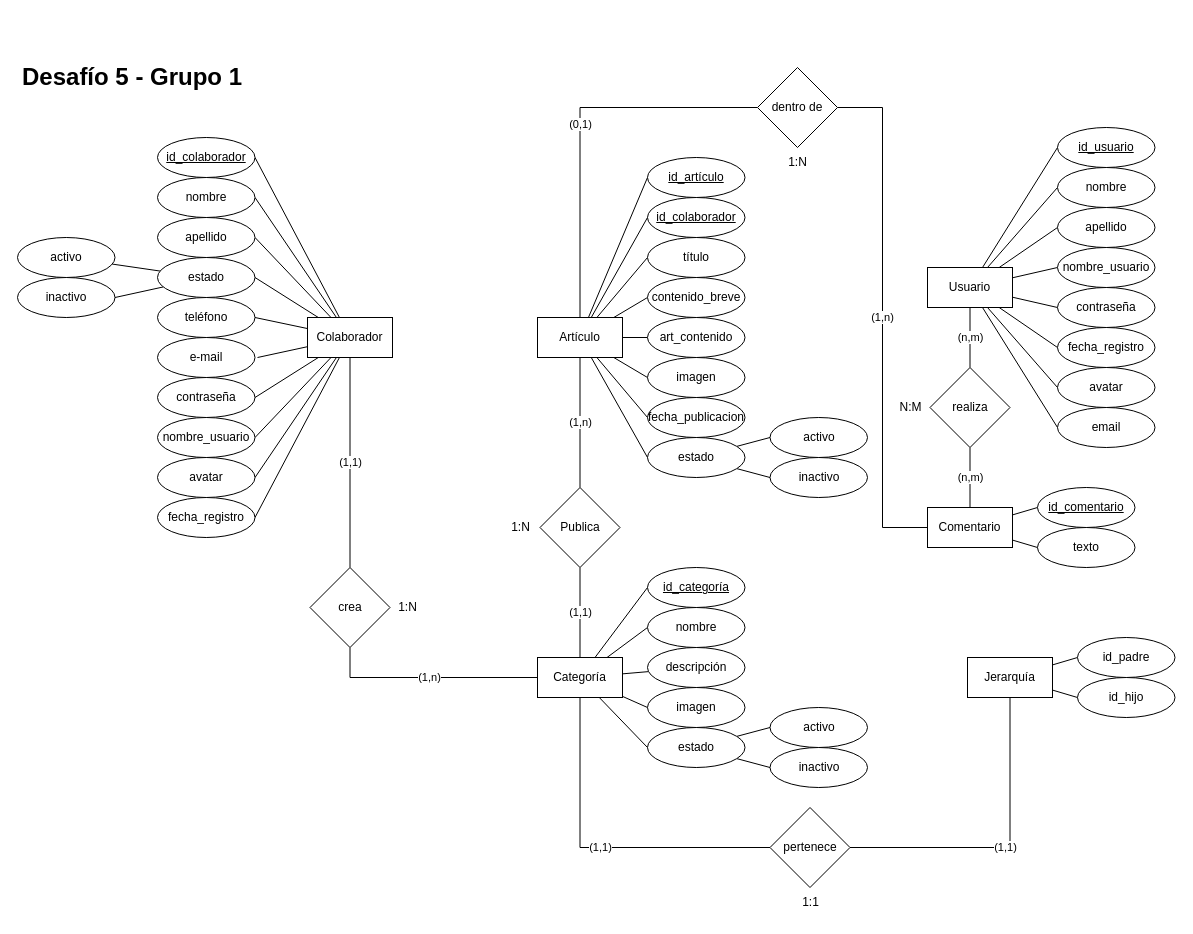
Before: Desafío 5 - Grupo 1.drawio in Marklett/Grupo-1-Desafios---Info23, a draw.io diagram. Source tidied: cells renumbered, new cells numbered last; positions are measured from the earlier drawing's top-left corner, leaving out a move shared by most shapes. Both pictures are drawn from the tidied source at 100%, with x=0, y=0 at pixel (17, 57).
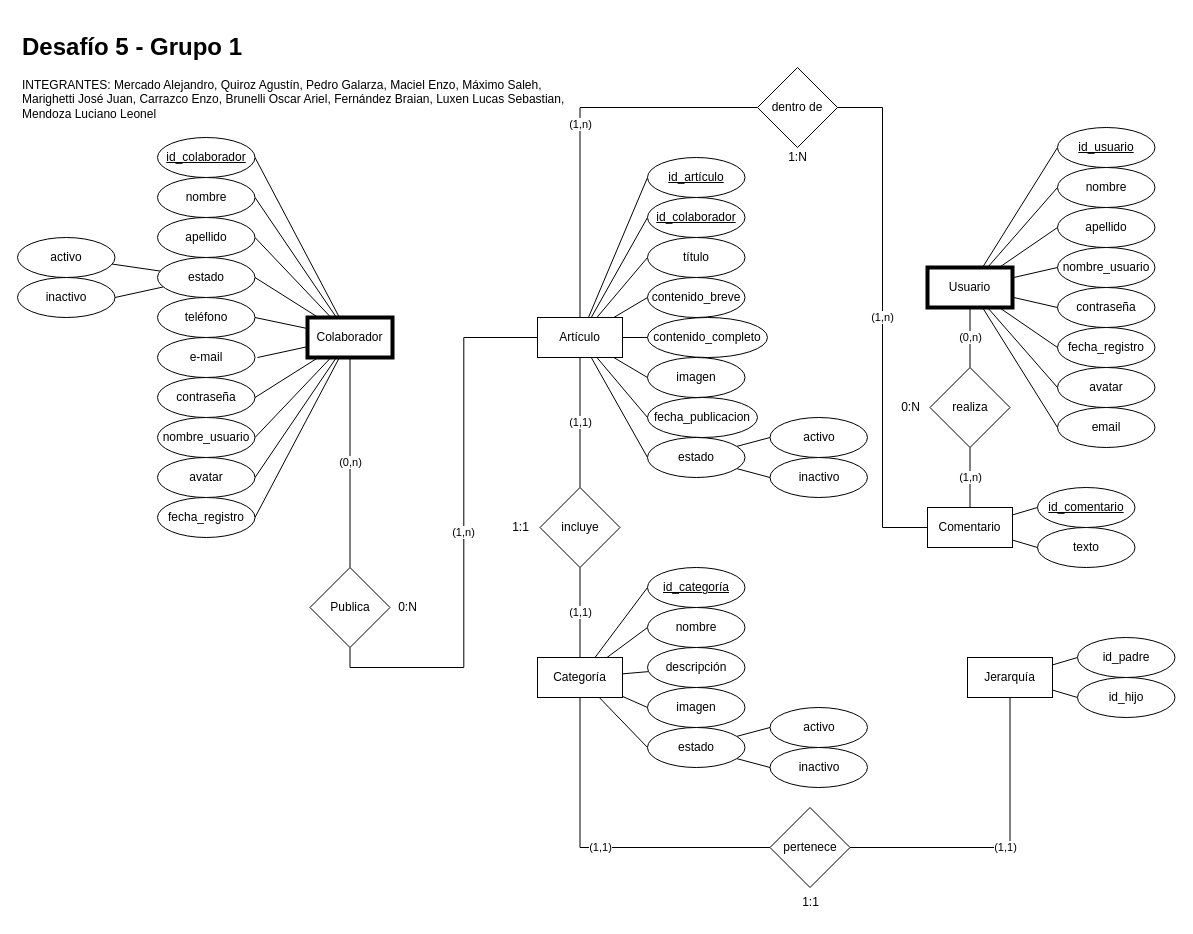
Above is the later version.

Unchanged cells that the change refers to:
```xml
<mxCell id="23" value="Artículo" style="rounded=0;whiteSpace=wrap;html=1;" parent="1" vertex="1">
  <mxGeometry x="520" y="260" width="85" height="40" as="geometry" />
</mxCell>
<mxCell id="31" value="Categoría" style="rounded=0;whiteSpace=wrap;html=1;" parent="1" vertex="1">
  <mxGeometry x="520" y="600" width="85" height="40" as="geometry" />
</mxCell>
<mxCell id="48" value="Comentario" style="rounded=0;whiteSpace=wrap;html=1;" parent="1" vertex="1">
  <mxGeometry x="910" y="450" width="85" height="40" as="geometry" />
</mxCell>
<mxCell id="93" value="realiza" style="rhombus;whiteSpace=wrap;html=1;rounded=0;" parent="1" vertex="1">
  <mxGeometry x="912.5" y="310" width="80" height="80" as="geometry" />
</mxCell>
<mxCell id="99" value="dentro de" style="rhombus;whiteSpace=wrap;html=1;" parent="1" vertex="1">
  <mxGeometry x="740" y="10" width="80" height="80" as="geometry" />
</mxCell>
```

Change to the diagram source:
```diff
@@
-    <mxCell id="2" value="&lt;h1&gt;Desafío 5 - Grupo 1&lt;/h1&gt;" style="text;html=1;strokeColor=none;fillColor=none;spacing=5;spacingTop=-20;whiteSpace=wrap;overflow=hidden;rounded=0;" parent="1" vertex="1">
-      <mxGeometry width="450" height="40" as="geometry" />
+    <mxCell id="2" value="&lt;h1&gt;Desafío 5 - Grupo 1&lt;/h1&gt;&lt;div&gt;INTEGRANTES: Mercado Alejandro, Quiroz Agustín, Pedro Galarza, Maciel Enzo, Máximo Saleh, Marighetti José Juan, Carrazco Enzo, Brunelli Oscar Ariel, Fernández Braian, Luxen Lucas Sebastian, Mendoza Luciano Leonel&lt;br&gt;&lt;/div&gt;" style="text;html=1;strokeColor=none;fillColor=none;spacing=5;spacingTop=-20;whiteSpace=wrap;overflow=hidden;rounded=0;" parent="1" vertex="1">
+      <mxGeometry y="-30" width="560" height="110" as="geometry" />
     </mxCell>
-    <mxCell id="3" value="(1,1)" style="rounded=0;jettySize=auto;html=1;endArrow=none;endFill=0;entryX=0.5;entryY=0;entryDx=0;entryDy=0;" parent="1" edge="1" source="14" target="91">
+    <mxCell id="3" value="(0,n)" style="rounded=0;jettySize=auto;html=1;endArrow=none;endFill=0;entryX=0.5;entryY=0;entryDx=0;entryDy=0;" parent="1" edge="1" source="14" target="91">
       <mxGeometry relative="1" as="geometry" />
     </mxCell>
@@
-    <mxCell id="14" value="Colaborador" style="rounded=0;whiteSpace=wrap;html=1;" parent="1" vertex="1">
+    <mxCell id="14" value="Colaborador" style="rounded=0;whiteSpace=wrap;html=1;perimeterSpacing=0;strokeWidth=4;" parent="1" vertex="1">
       <mxGeometry x="290" y="260" width="85" height="40" as="geometry" />
     </mxCell>
@@
-    <mxCell id="35" value="(n,m)" style="rounded=0;jettySize=auto;html=1;endArrow=none;endFill=0;" parent="1" edge="1" source="44" target="93">
+    <mxCell id="35" value="(0,n)" style="rounded=0;jettySize=auto;html=1;endArrow=none;endFill=0;" parent="1" edge="1" source="44" target="93">
       <mxGeometry relative="1" as="geometry" />
     </mxCell>
@@
-    <mxCell id="44" value="Usuario" style="rounded=0;whiteSpace=wrap;html=1;" parent="1" vertex="1">
+    <mxCell id="44" value="Usuario" style="rounded=0;whiteSpace=wrap;html=1;glass=0;shadow=0;perimeterSpacing=0;fillStyle=auto;strokeWidth=4;" parent="1" vertex="1">
       <mxGeometry x="910" y="210" width="85" height="40" as="geometry" />
     </mxCell>
@@
-    <mxCell id="65" value="art_contenido" style="ellipse;whiteSpace=wrap;html=1;" parent="1" vertex="1">
-      <mxGeometry x="630" y="260" width="97.5" height="40" as="geometry" />
+    <mxCell id="65" value="contenido_completo" style="ellipse;whiteSpace=wrap;html=1;" parent="1" vertex="1">
+      <mxGeometry x="630" y="260" width="120" height="40" as="geometry" />
     </mxCell>
@@
     <mxCell id="67" value="fecha_publicacion" style="ellipse;whiteSpace=wrap;html=1;" parent="1" vertex="1">
-      <mxGeometry x="630" y="340" width="97.5" height="40" as="geometry" />
+      <mxGeometry x="630" y="340" width="110" height="40" as="geometry" />
     </mxCell>
@@
-    <mxCell id="90" value="(1,n)" style="edgeStyle=orthogonalEdgeStyle;rounded=0;jettySize=auto;html=1;entryX=0;entryY=0.5;entryDx=0;entryDy=0;endArrow=none;endFill=0;exitX=0.5;exitY=1;exitDx=0;exitDy=0;" parent="1" edge="1" source="91" target="31">
+    <mxCell id="90" value="(1,n)" style="edgeStyle=orthogonalEdgeStyle;rounded=0;jettySize=auto;html=1;entryX=0;entryY=0.5;entryDx=0;entryDy=0;endArrow=none;endFill=0;exitX=0.5;exitY=1;exitDx=0;exitDy=0;" parent="1" edge="1" source="91" target="23">
       <mxGeometry relative="1" as="geometry" />
     </mxCell>
-    <mxCell id="91" value="crea" style="rhombus;whiteSpace=wrap;html=1;" parent="1" vertex="1">
+    <mxCell id="91" value="Publica" style="rhombus;whiteSpace=wrap;html=1;" parent="1" vertex="1">
       <mxGeometry x="292.5" y="510" width="80" height="80" as="geometry" />
     </mxCell>
-    <mxCell id="92" value="(n,m)" style="rounded=0;jettySize=auto;html=1;entryX=0.5;entryY=0;entryDx=0;entryDy=0;endArrow=none;endFill=0;" parent="1" edge="1" source="93" target="48">
+    <mxCell id="92" value="(1,n)" style="rounded=0;jettySize=auto;html=1;entryX=0.5;entryY=0;entryDx=0;entryDy=0;endArrow=none;endFill=0;" parent="1" edge="1" source="93" target="48">
       <mxGeometry relative="1" as="geometry" />
     </mxCell>
@@
-    <mxCell id="94" value="(1,n)" style="edgeStyle=orthogonalEdgeStyle;rounded=0;jettySize=auto;html=1;entryX=0.5;entryY=1;entryDx=0;entryDy=0;endArrow=none;endFill=0;" parent="1" edge="1" source="95" target="23">
+    <mxCell id="94" value="(1,1)" style="edgeStyle=orthogonalEdgeStyle;rounded=0;jettySize=auto;html=1;entryX=0.5;entryY=1;entryDx=0;entryDy=0;endArrow=none;endFill=0;" parent="1" edge="1" source="95" target="23">
       <mxGeometry relative="1" as="geometry" />
     </mxCell>
-    <mxCell id="95" value="Publica" style="rhombus;whiteSpace=wrap;html=1;rounded=0;" parent="1" vertex="1">
+    <mxCell id="95" value="incluye" style="rhombus;whiteSpace=wrap;html=1;rounded=0;" parent="1" vertex="1">
       <mxGeometry x="522.5" y="430" width="80" height="80" as="geometry" />
     </mxCell>
@@
-    <mxCell id="98" value="(0,1)" style="edgeStyle=orthogonalEdgeStyle;rounded=0;jettySize=auto;html=1;entryX=0.5;entryY=0;entryDx=0;entryDy=0;endArrow=none;endFill=0;" parent="1" edge="1" source="99" target="23">
+    <mxCell id="98" value="(1,n)" style="edgeStyle=orthogonalEdgeStyle;rounded=0;jettySize=auto;html=1;entryX=0.5;entryY=0;entryDx=0;entryDy=0;endArrow=none;endFill=0;" parent="1" edge="1" source="99" target="23">
       <mxGeometry relative="1" as="geometry" />
     </mxCell>
@@
-    <mxCell id="104" value="1:N" style="text;html=1;align=center;verticalAlign=middle;strokeColor=none;fillColor=none;" parent="1" vertex="1">
+    <mxCell id="104" value="0:N" style="text;html=1;align=center;verticalAlign=middle;strokeColor=none;fillColor=none;" parent="1" vertex="1">
       <mxGeometry x="370" y="535" width="40" height="30" as="geometry" />
     </mxCell>
-    <mxCell id="105" value="1:N" style="text;html=1;align=center;verticalAlign=middle;strokeColor=none;fillColor=none;" parent="1" vertex="1">
+    <mxCell id="105" value="1:1" style="text;html=1;align=center;verticalAlign=middle;strokeColor=none;fillColor=none;" parent="1" vertex="1">
       <mxGeometry x="482.5" y="455" width="40" height="30" as="geometry" />
     </mxCell>
     <mxCell id="106" value="1:N" style="text;html=1;align=center;verticalAlign=middle;strokeColor=none;fillColor=none;" parent="1" vertex="1">
-      <mxGeometry x="760" y="90" width="40" height="30" as="geometry" />
+      <mxGeometry x="760" y="85" width="40" height="30" as="geometry" />
     </mxCell>
@@
-    <mxCell id="108" value="N:M" style="text;html=1;align=center;verticalAlign=middle;strokeColor=none;fillColor=none;" parent="1" vertex="1">
-      <mxGeometry x="867.5" y="335" width="50" height="30" as="geometry" />
+    <mxCell id="108" value="0:N" style="text;html=1;align=center;verticalAlign=middle;strokeColor=none;fillColor=none;" parent="1" vertex="1">
+      <mxGeometry x="872.5" y="335" width="40" height="30" as="geometry" />
     </mxCell>
```
